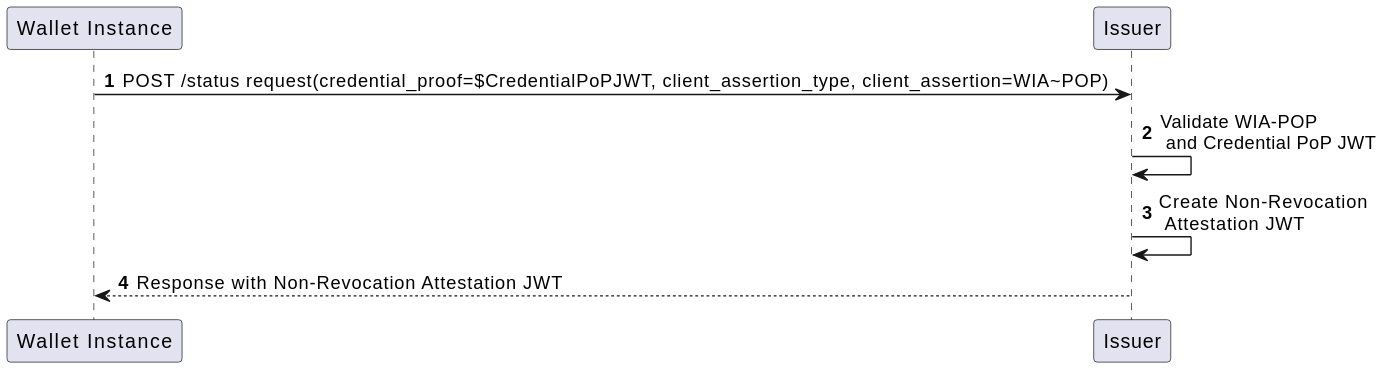
Earlier version of the PlantUML export images/Low-Level-Flow-Revocation-Attestation.svg (italia/eudi-wallet-it-docs).
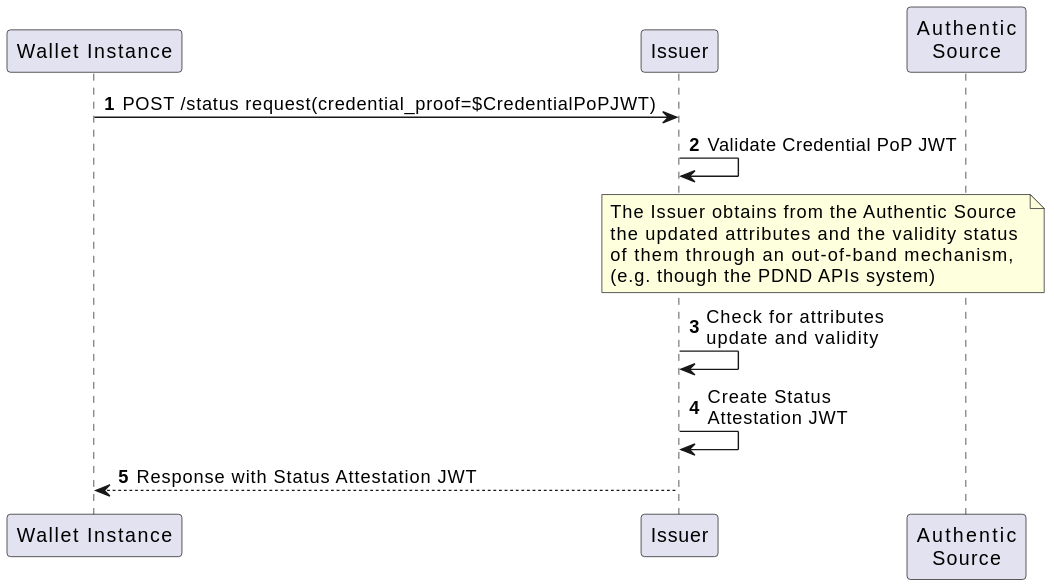
Above is the later version.

Commit message:
fix: alignment with Status Attestation draft

Change to the diagram source:
```diff
@@ -2,12 +2,17 @@
 autonumber
 participant "Wallet Instance" as wi
 participant "Issuer" as i
+participant "Authentic\nSource" as as
 
-wi -> i: POST /status request(credential_proof=$CredentialPoPJWT, client_assertion_type, client_assertion=WIA~POP)
+wi -> i: POST /status request(credential_proof=$CredentialPoPJWT)
 
-i -> i: Validate WIA-POP\n and Credential PoP JWT
+i -> i: Validate Credential PoP JWT
 
-i -> i: Create Non-Revocation\n Attestation JWT
+note over i,as: The Issuer obtains from the Authentic Source \nthe updated attributes and the validity status \nof them through an out-of-band mechanism, \n(e.g. though the PDND APIs system)
 
-i --> wi: Response with Non-Revocation Attestation JWT
+i -> i: Check for attributes\nupdate and validity
+
+i -> i: Create Status\nAttestation JWT
+
+i --> wi: Response with Status Attestation JWT
 @enduml
```
